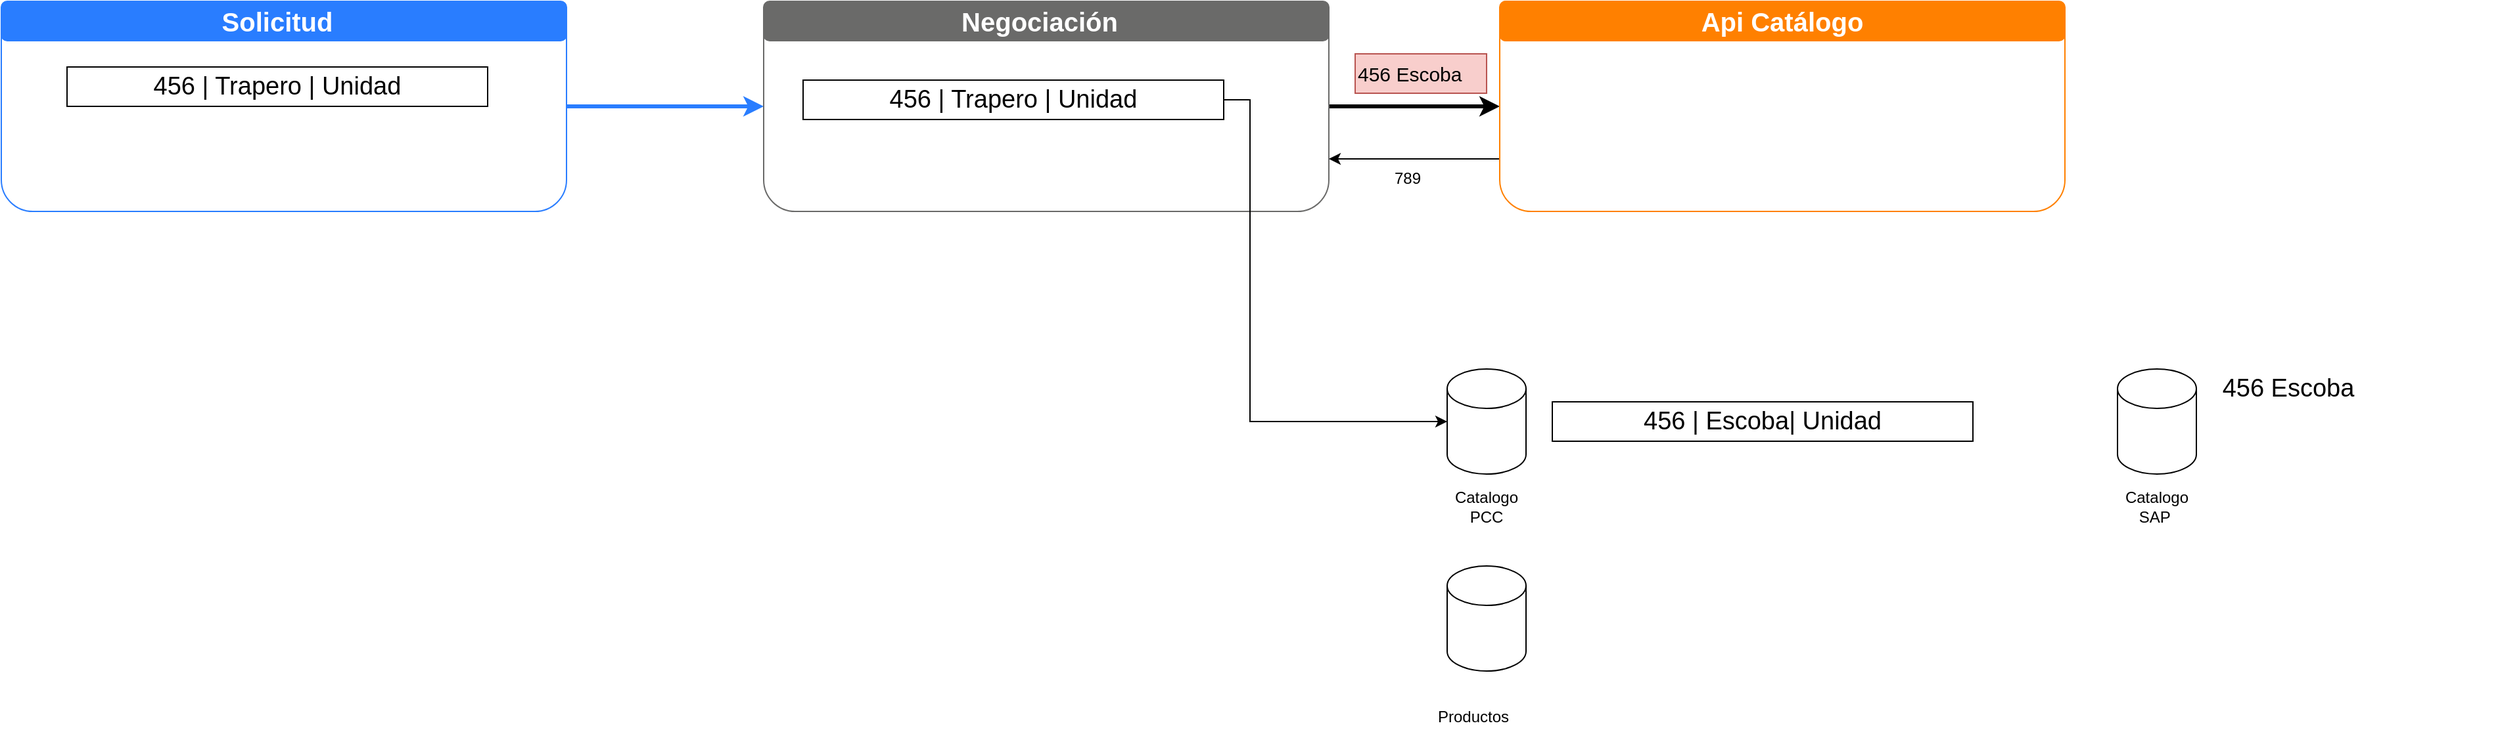
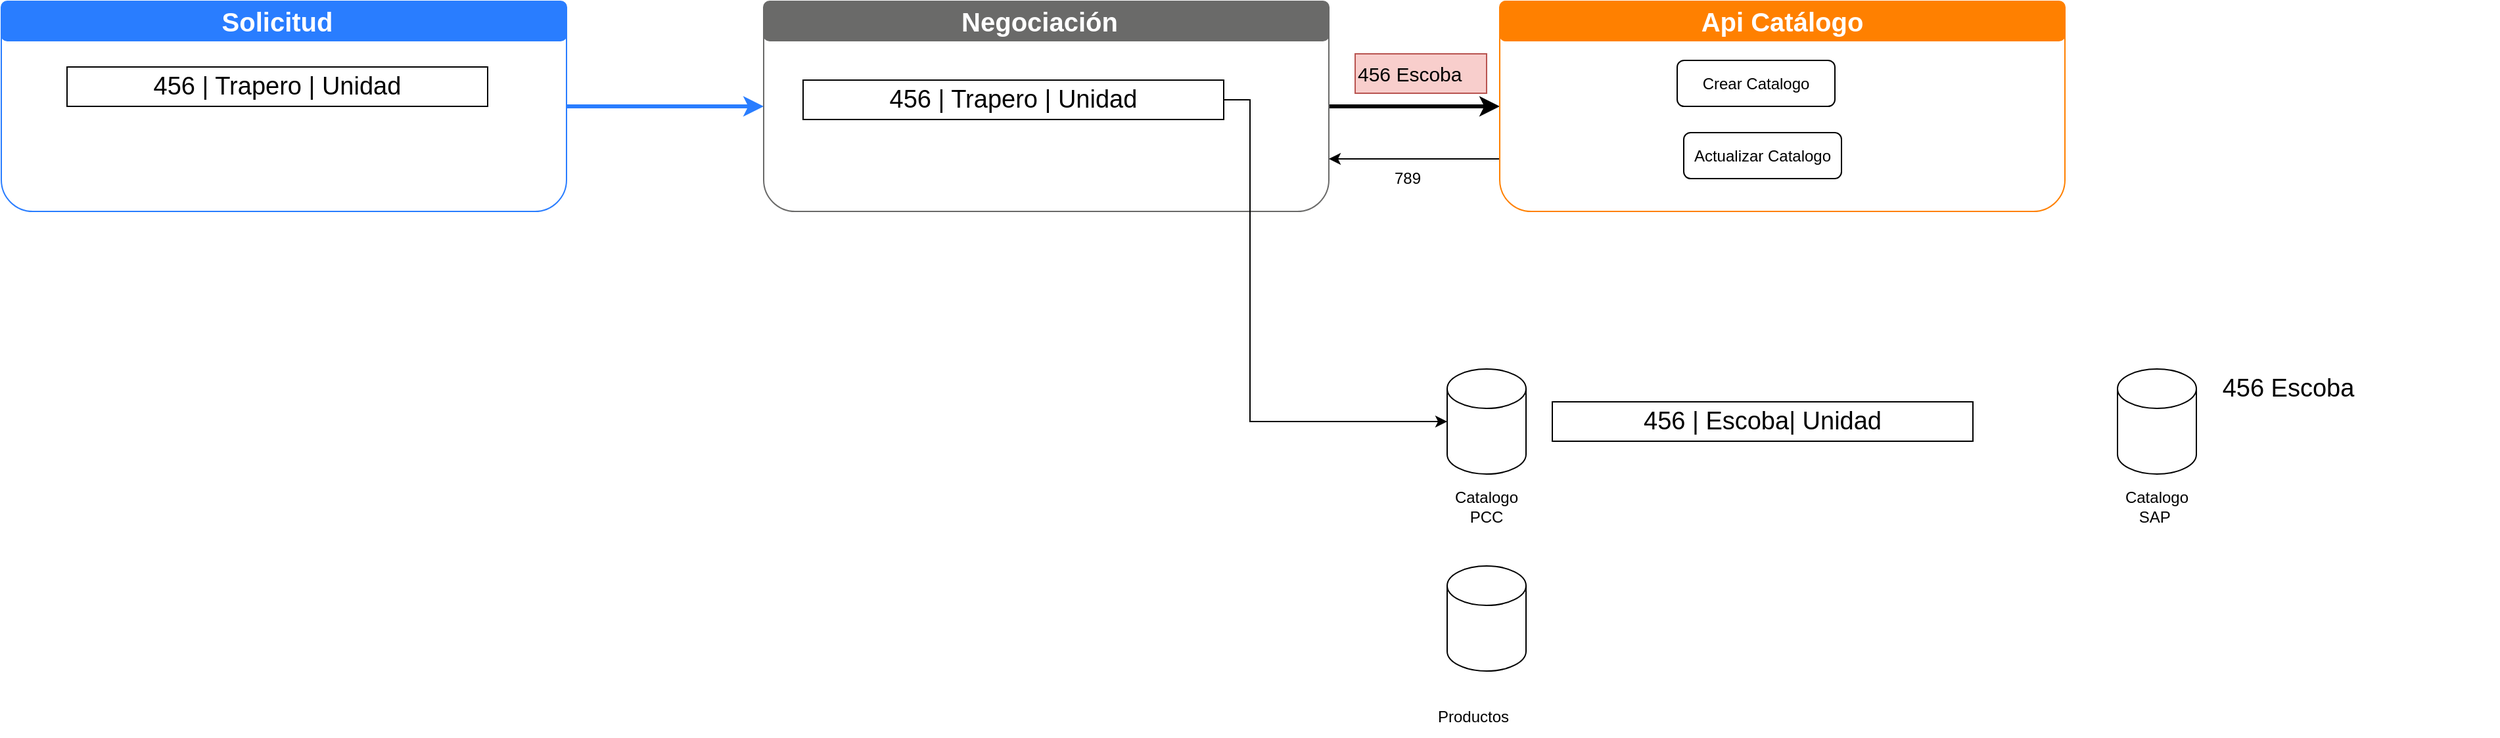
<mxfile host="app.diagrams.net">
  <diagram name="Page-1" id="UP9iQQHsG3meQlu-i4O-">
-     <mxGraphModel dx="2477" dy="860" grid="1" gridSize="10" guides="1" tooltips="1" connect="1" arrows="1" fold="1" page="1" pageScale="1" pageWidth="850" pageHeight="1100" math="0" shadow="0">
+     <mxGraphModel dx="2764" dy="1012" grid="1" gridSize="10" guides="1" tooltips="1" connect="1" arrows="1" fold="1" page="1" pageScale="1" pageWidth="850" pageHeight="1100" math="0" shadow="0">
      <root>
        <mxCell id="0" />
        <mxCell id="1" parent="0" />
        <mxCell id="tUZNEgah8EPFakAkArj7-1" edge="1" parent="1" source="Nt2-6mFTUAAij5V2ATox-1" style="edgeStyle=orthogonalEdgeStyle;rounded=0;orthogonalLoop=1;jettySize=auto;html=1;entryX=0;entryY=0.5;entryDx=0;entryDy=0;strokeColor=#297DFF;strokeWidth=3;" target="Nt2-6mFTUAAij5V2ATox-12">
          <mxGeometry relative="1" as="geometry" />
        </mxCell>
        <mxCell id="Nt2-6mFTUAAij5V2ATox-1" parent="1" style="rounded=1;whiteSpace=wrap;html=1;strokeColor=#297DFF;" value="" vertex="1">
          <mxGeometry height="160" width="430" x="-380" y="110" as="geometry" />
        </mxCell>
        <mxCell id="Nt2-6mFTUAAij5V2ATox-7" parent="1" style="rounded=1;whiteSpace=wrap;html=1;fillColor=#297DFF;strokeColor=#297DFF;" value="" vertex="1">
          <mxGeometry height="30" width="430" x="-380" y="110" as="geometry" />
        </mxCell>
        <mxCell id="Nt2-6mFTUAAij5V2ATox-8" parent="1" style="text;html=1;whiteSpace=wrap;strokeColor=none;fillColor=none;align=center;verticalAlign=middle;rounded=0;fontColor=#FFFFFF;fontStyle=1;fontSize=20;" value="Solicitud" vertex="1">
          <mxGeometry height="30" width="60" x="-200" y="110" as="geometry" />
        </mxCell>
        <mxCell id="Nt2-6mFTUAAij5V2ATox-21" edge="1" parent="1" source="Nt2-6mFTUAAij5V2ATox-12" style="edgeStyle=orthogonalEdgeStyle;rounded=0;orthogonalLoop=1;jettySize=auto;html=1;strokeWidth=3;" target="Nt2-6mFTUAAij5V2ATox-15">
          <mxGeometry relative="1" as="geometry" />
        </mxCell>
        <mxCell id="Nt2-6mFTUAAij5V2ATox-12" parent="1" style="rounded=1;whiteSpace=wrap;html=1;strokeColor=#6A6A69;" value="" vertex="1">
          <mxGeometry height="160" width="430" x="200" y="110" as="geometry" />
        </mxCell>
        <mxCell id="Nt2-6mFTUAAij5V2ATox-13" parent="1" style="rounded=1;whiteSpace=wrap;html=1;fillColor=#6A6A69;strokeColor=#6A6A69;" value="" vertex="1">
          <mxGeometry height="30" width="430" x="200" y="110" as="geometry" />
        </mxCell>
        <mxCell id="Nt2-6mFTUAAij5V2ATox-14" parent="1" style="text;html=1;whiteSpace=wrap;strokeColor=none;fillColor=none;align=center;verticalAlign=middle;rounded=0;fontColor=#FFFFFF;fontStyle=1;fontSize=20;" value="Negociación" vertex="1">
          <mxGeometry height="30" width="60" x="380" y="110" as="geometry" />
        </mxCell>
        <mxCell id="Nt2-6mFTUAAij5V2ATox-22" edge="1" parent="1" source="Nt2-6mFTUAAij5V2ATox-15" style="edgeStyle=orthogonalEdgeStyle;rounded=0;orthogonalLoop=1;jettySize=auto;html=1;exitX=0;exitY=0.75;exitDx=0;exitDy=0;entryX=1;entryY=0.75;entryDx=0;entryDy=0;" target="Nt2-6mFTUAAij5V2ATox-12">
          <mxGeometry relative="1" as="geometry" />
        </mxCell>
        <mxCell id="Nt2-6mFTUAAij5V2ATox-15" parent="1" style="rounded=1;whiteSpace=wrap;html=1;strokeColor=#FF8000;" value="" vertex="1">
          <mxGeometry height="160" width="430" x="760" y="110" as="geometry" />
        </mxCell>
        <mxCell id="Nt2-6mFTUAAij5V2ATox-16" parent="1" style="rounded=1;whiteSpace=wrap;html=1;fillColor=#FF8000;strokeColor=#FF8000;" value="" vertex="1">
          <mxGeometry height="30" width="430" x="760" y="110" as="geometry" />
        </mxCell>
        <mxCell id="Nt2-6mFTUAAij5V2ATox-17" parent="1" style="text;html=1;whiteSpace=wrap;strokeColor=none;fillColor=none;align=center;verticalAlign=middle;rounded=0;fontColor=#FFFFFF;fontStyle=1;fontSize=20;" value="Api Catálogo" vertex="1">
          <mxGeometry height="30" width="160" x="895" y="110" as="geometry" />
        </mxCell>
        <mxCell id="Nt2-6mFTUAAij5V2ATox-23" parent="1" style="text;html=1;whiteSpace=wrap;strokeColor=none;fillColor=none;align=center;verticalAlign=middle;rounded=0;" value="789" vertex="1">
          <mxGeometry height="30" width="60" x="660" y="230" as="geometry" />
        </mxCell>
        <mxCell id="Nt2-6mFTUAAij5V2ATox-24" parent="1" style="shape=cylinder3;whiteSpace=wrap;html=1;boundedLbl=1;backgroundOutline=1;size=15;" value="&lt;div&gt;&lt;br&gt;&lt;/div&gt;&lt;div&gt;&lt;br&gt;&lt;/div&gt;&lt;div&gt;&lt;br&gt;&lt;/div&gt;&lt;div&gt;&lt;br&gt;&lt;/div&gt;&lt;div&gt;&lt;br&gt;&lt;/div&gt;&lt;div&gt;&lt;br&gt;&lt;/div&gt;" vertex="1">
          <mxGeometry height="80" width="60" x="720" y="390" as="geometry" />
        </mxCell>
        <mxCell id="Nt2-6mFTUAAij5V2ATox-25" parent="1" style="text;html=1;whiteSpace=wrap;strokeColor=none;fillColor=none;align=center;verticalAlign=middle;rounded=0;" value="Catalogo PCC" vertex="1">
          <mxGeometry height="30" width="60" x="720" y="480" as="geometry" />
        </mxCell>
        <mxCell id="Nt2-6mFTUAAij5V2ATox-26" parent="1" style="text;html=1;whiteSpace=wrap;strokeColor=default;fillColor=none;align=center;verticalAlign=middle;rounded=0;fontSize=19;" value="456 | Trapero&amp;nbsp;| Unidad" vertex="1">
          <mxGeometry height="30" width="320" x="-330" y="160" as="geometry" />
        </mxCell>
        <mxCell id="Nt2-6mFTUAAij5V2ATox-27" parent="1" style="text;html=1;whiteSpace=wrap;strokeColor=default;fillColor=none;align=center;verticalAlign=middle;rounded=0;fontSize=19;" value="456 | Trapero | Unidad" vertex="1">
          <mxGeometry height="30" width="320" x="230" y="170" as="geometry" />
        </mxCell>
        <mxCell id="Nt2-6mFTUAAij5V2ATox-29" parent="1" style="shape=cylinder3;whiteSpace=wrap;html=1;boundedLbl=1;backgroundOutline=1;size=15;" value="&lt;div&gt;&lt;br&gt;&lt;/div&gt;&lt;div&gt;&lt;br&gt;&lt;/div&gt;&lt;div&gt;&lt;br&gt;&lt;/div&gt;&lt;div&gt;&lt;br&gt;&lt;/div&gt;&lt;div&gt;&lt;br&gt;&lt;/div&gt;&lt;div&gt;&lt;br&gt;&lt;/div&gt;" vertex="1">
          <mxGeometry height="80" width="60" x="720" y="540" as="geometry" />
        </mxCell>
        <mxCell id="Nt2-6mFTUAAij5V2ATox-30" parent="1" style="text;html=1;whiteSpace=wrap;strokeColor=none;fillColor=none;align=center;verticalAlign=middle;rounded=0;" value="Productos" vertex="1">
          <mxGeometry height="30" width="60" x="710" y="640" as="geometry" />
        </mxCell>
        <mxCell id="Nt2-6mFTUAAij5V2ATox-34" parent="1" style="shape=cylinder3;whiteSpace=wrap;html=1;boundedLbl=1;backgroundOutline=1;size=15;" value="&lt;div&gt;&lt;br&gt;&lt;/div&gt;&lt;div&gt;&lt;br&gt;&lt;/div&gt;&lt;div&gt;&lt;br&gt;&lt;/div&gt;&lt;div&gt;&lt;br&gt;&lt;/div&gt;&lt;div&gt;&lt;br&gt;&lt;/div&gt;&lt;div&gt;&lt;br&gt;&lt;/div&gt;" vertex="1">
          <mxGeometry height="80" width="60" x="1230" y="390" as="geometry" />
        </mxCell>
        <mxCell id="Nt2-6mFTUAAij5V2ATox-35" parent="1" style="text;html=1;whiteSpace=wrap;strokeColor=none;fillColor=none;align=center;verticalAlign=middle;rounded=0;" value="Catalogo&lt;div&gt;SAP&amp;nbsp;&lt;/div&gt;" vertex="1">
          <mxGeometry height="30" width="60" x="1230" y="480" as="geometry" />
        </mxCell>
        <mxCell id="Nt2-6mFTUAAij5V2ATox-36" parent="1" style="text;html=1;whiteSpace=wrap;strokeColor=none;fillColor=none;align=center;verticalAlign=middle;rounded=0;fontSize=19;" value="456 Escoba" vertex="1">
          <mxGeometry height="30" width="320" x="1200" y="390" as="geometry" />
        </mxCell>
        <mxCell id="Nt2-6mFTUAAij5V2ATox-37" edge="1" parent="1" source="Nt2-6mFTUAAij5V2ATox-27" style="edgeStyle=orthogonalEdgeStyle;rounded=0;orthogonalLoop=1;jettySize=auto;html=1;entryX=0;entryY=0.5;entryDx=0;entryDy=0;entryPerimeter=0;" target="Nt2-6mFTUAAij5V2ATox-24">
          <mxGeometry relative="1" as="geometry">
            <Array as="points">
              <mxPoint x="570" y="185" />
              <mxPoint x="570" y="430" />
            </Array>
          </mxGeometry>
        </mxCell>
        <mxCell id="Nt2-6mFTUAAij5V2ATox-38" parent="1" style="text;html=1;whiteSpace=wrap;strokeColor=#b85450;fillColor=#f8cecc;align=left;verticalAlign=middle;rounded=0;fontSize=15;" value="456 Escoba" vertex="1">
          <mxGeometry height="30" width="100" x="650" y="150" as="geometry" />
        </mxCell>
        <mxCell id="tUZNEgah8EPFakAkArj7-3" parent="1" style="text;html=1;whiteSpace=wrap;strokeColor=default;fillColor=none;align=center;verticalAlign=middle;rounded=0;fontSize=19;" value="456 | Escoba| Unidad" vertex="1">
          <mxGeometry height="30" width="320" x="800" y="415" as="geometry" />
        </mxCell>
+         <mxCell id="tUZNEgah8EPFakAkArj7-4" parent="1" style="rounded=1;whiteSpace=wrap;html=1;" value="Crear Catalogo" vertex="1">
+           <mxGeometry height="35" width="120" x="895" y="155" as="geometry" />
+         </mxCell>
+         <mxCell id="tUZNEgah8EPFakAkArj7-5" parent="1" style="rounded=1;whiteSpace=wrap;html=1;" value="Actualizar Catalogo" vertex="1">
+           <mxGeometry height="35" width="120" x="900" y="210" as="geometry" />
+         </mxCell>
      </root>
    </mxGraphModel>
  </diagram>
</mxfile>
